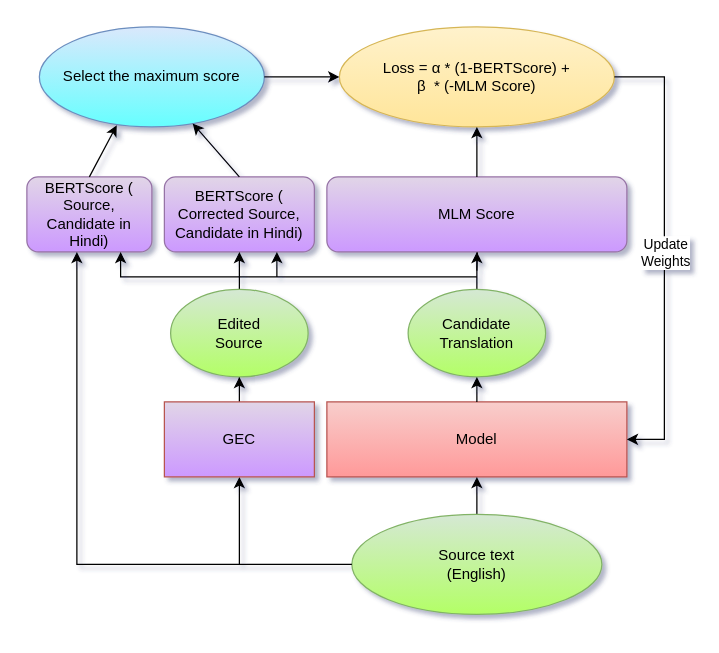
babangain/drawio keeps this draw.io diagram as transformer_with_grammar_correction_mlm_bertscore.drawio. Above is the earlier version. Source tidied: cells renumbered, new cells numbered last; positions are measured from the earlier drawing's top-left corner, leaving out a move shared by most shapes. Both pictures are drawn from the tidied source at 125%, with x=0, y=0 at pixel (26, 26).
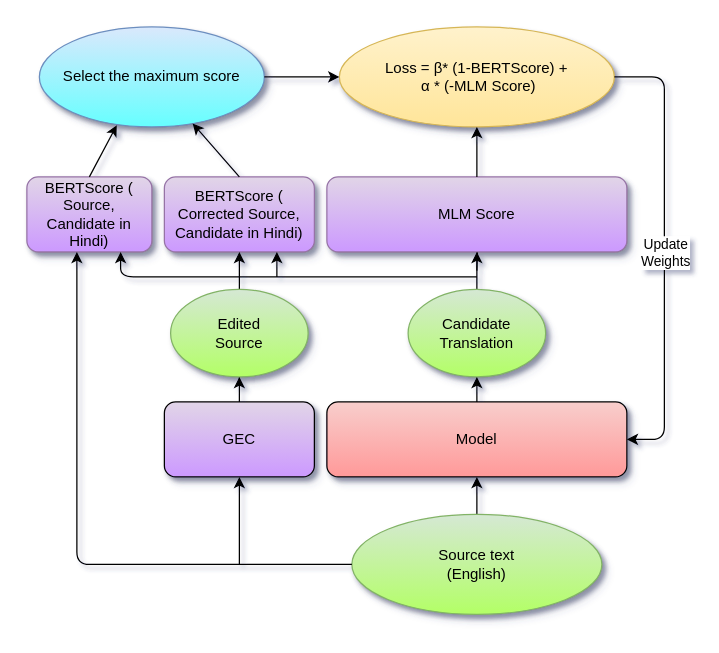
The same diagram, later.

What changed in the source:
```diff
@@
-    <mxCell id="2" value="Model" style="rounded=0;whiteSpace=wrap;html=1;fillColor=#f8cecc;strokeColor=#b85450;labelBorderColor=none;gradientColor=#FF9999;" parent="1" vertex="1">
+    <mxCell id="2" value="Model" style="rounded=1;whiteSpace=wrap;html=1;fillColor=#f8cecc;strokeColor=default;labelBorderColor=none;gradientColor=#FF9999;shadow=1;glass=0;" parent="1" vertex="1">
       <mxGeometry x="240" y="300" width="240" height="60" as="geometry" />
     </mxCell>
@@
-    <mxCell id="4" value="Source text&lt;br&gt;(English)" style="ellipse;whiteSpace=wrap;html=1;fillColor=#d5e8d4;strokeColor=#82b366;labelBorderColor=none;gradientColor=#B3FF66;" parent="1" vertex="1">
+    <mxCell id="4" value="Source text&lt;br&gt;(English)" style="ellipse;whiteSpace=wrap;html=1;fillColor=#d5e8d4;strokeColor=#82b366;labelBorderColor=none;gradientColor=#B3FF66;shadow=1;" parent="1" vertex="1">
       <mxGeometry x="260" y="390" width="200" height="80" as="geometry" />
     </mxCell>
@@
-    <mxCell id="8" value="GEC" style="rounded=0;whiteSpace=wrap;html=1;fillColor=#E1D5E7;strokeColor=#b85450;labelBorderColor=none;gradientColor=#CC99FF;" parent="1" vertex="1">
+    <mxCell id="8" value="GEC" style="rounded=1;whiteSpace=wrap;html=1;fillColor=#E1D5E7;strokeColor=#000000;labelBorderColor=none;gradientColor=#CC99FF;glass=0;shadow=1;" parent="1" vertex="1">
       <mxGeometry x="110" y="300" width="120" height="60" as="geometry" />
     </mxCell>
-    <mxCell id="9" value="MLM Score" style="rounded=1;whiteSpace=wrap;html=1;fillColor=#e1d5e7;strokeColor=#9673a6;labelBorderColor=none;gradientColor=#CC99FF;" parent="1" vertex="1">
+    <mxCell id="9" value="MLM Score" style="rounded=1;whiteSpace=wrap;html=1;fillColor=#e1d5e7;strokeColor=#9673a6;labelBorderColor=none;gradientColor=#CC99FF;shadow=1;" parent="1" vertex="1">
       <mxGeometry x="240" y="120" width="240" height="60" as="geometry" />
     </mxCell>
-    <mxCell id="10" value="BERTScore ( Corrected Source, Candidate in Hindi)" style="rounded=1;whiteSpace=wrap;html=1;fillColor=#e1d5e7;strokeColor=#9673a6;labelBorderColor=none;gradientColor=#CC99FF;" parent="1" vertex="1">
+    <mxCell id="10" value="BERTScore ( Corrected Source, Candidate in Hindi)" style="rounded=1;whiteSpace=wrap;html=1;fillColor=#e1d5e7;strokeColor=#9673a6;labelBorderColor=none;gradientColor=#CC99FF;shadow=1;" parent="1" vertex="1">
       <mxGeometry x="110" y="120" width="120" height="60" as="geometry" />
     </mxCell>
-    <mxCell id="11" value="Loss =&amp;nbsp;α&amp;nbsp;* (1-BERTScore) +&lt;br&gt;β&amp;nbsp; * (-MLM Score)" style="ellipse;whiteSpace=wrap;html=1;fillColor=#fff2cc;strokeColor=#d6b656;labelBorderColor=none;gradientColor=#FFE599;" parent="1" vertex="1">
+    <mxCell id="11" value="Loss = β* (1-BERTScore) +&lt;br&gt;&amp;nbsp;α&amp;nbsp;* (-MLM Score)" style="ellipse;whiteSpace=wrap;html=1;fillColor=#fff2cc;strokeColor=#d6b656;labelBorderColor=none;gradientColor=#FFE599;shadow=1;" parent="1" vertex="1">
       <mxGeometry x="250" width="220" height="80" as="geometry" />
     </mxCell>
-    <mxCell id="12" value="BERTScore ( Source, Candidate in Hindi)" style="rounded=1;whiteSpace=wrap;html=1;fillColor=#e1d5e7;strokeColor=#9673a6;labelBorderColor=none;gradientColor=#CC99FF;" parent="1" vertex="1">
+    <mxCell id="12" value="BERTScore ( Source, Candidate in Hindi)" style="rounded=1;whiteSpace=wrap;html=1;fillColor=#e1d5e7;strokeColor=#9673a6;labelBorderColor=none;gradientColor=#CC99FF;shadow=1;" parent="1" vertex="1">
       <mxGeometry y="120" width="100" height="60" as="geometry" />
     </mxCell>
-    <mxCell id="13" style="endArrow=classic;html=1;rounded=0;entryX=0.4;entryY=1;entryDx=0;entryDy=0;entryPerimeter=0;labelBorderColor=none;" parent="1" edge="1" target="12">
+    <mxCell id="13" style="endArrow=classic;html=1;entryX=0.4;entryY=1;entryDx=0;entryDy=0;entryPerimeter=0;labelBorderColor=none;rounded=1;" parent="1" edge="1" target="12">
       <mxGeometry relative="1" as="geometry">
         <mxPoint x="170" y="430" as="sourcePoint" />
         <Array as="points">
           <mxPoint x="40" y="430" />
         </Array>
       </mxGeometry>
     </mxCell>
-    <mxCell id="14" value="Select the maximum score" style="ellipse;whiteSpace=wrap;html=1;fillColor=#dae8fc;strokeColor=#6c8ebf;labelBorderColor=none;gradientColor=#66FFFF;" parent="1" vertex="1">
+    <mxCell id="14" value="Select the maximum score" style="ellipse;whiteSpace=wrap;html=1;fillColor=#dae8fc;strokeColor=#6c8ebf;labelBorderColor=none;gradientColor=#66FFFF;shadow=1;" parent="1" vertex="1">
       <mxGeometry x="10" width="180" height="80" as="geometry" />
     </mxCell>
@@
-    <mxCell id="16" value="Candidate&lt;br&gt;Translation" style="ellipse;whiteSpace=wrap;html=1;fillColor=#d5e8d4;strokeColor=#82b366;labelBorderColor=none;gradientColor=#B3FF66;" parent="1" vertex="1">
+    <mxCell id="16" value="Candidate&lt;br&gt;Translation" style="ellipse;whiteSpace=wrap;html=1;fillColor=#d5e8d4;strokeColor=#82b366;labelBorderColor=none;gradientColor=#B3FF66;shadow=1;" parent="1" vertex="1">
       <mxGeometry x="305" y="210" width="110" height="70" as="geometry" />
     </mxCell>
@@
-    <mxCell id="21" style="endArrow=classic;html=1;rounded=0;exitX=1;exitY=0.5;exitDx=0;exitDy=0;entryX=1;entryY=0.5;entryDx=0;entryDy=0;labelBorderColor=none;" parent="1" edge="1" source="11" target="2">
+    <mxCell id="21" style="endArrow=classic;html=1;rounded=1;exitX=1;exitY=0.5;exitDx=0;exitDy=0;entryX=1;entryY=0.5;entryDx=0;entryDy=0;labelBorderColor=none;" parent="1" edge="1" source="11" target="2">
       <mxGeometry relative="1" as="geometry">
         <Array as="points">
           <mxPoint x="510" y="40" />
           <mxPoint x="510" y="330" />
         </Array>
       </mxGeometry>
     </mxCell>
@@
-    <mxCell id="24" value="Edited&lt;br&gt;Source" style="ellipse;whiteSpace=wrap;html=1;fillColor=#d5e8d4;strokeColor=#82b366;labelBorderColor=none;gradientColor=#B3FF66;" parent="1" vertex="1">
+    <mxCell id="24" value="Edited&lt;br&gt;Source" style="ellipse;whiteSpace=wrap;html=1;fillColor=#d5e8d4;strokeColor=#82b366;labelBorderColor=none;gradientColor=#B3FF66;shadow=1;" parent="1" vertex="1">
       <mxGeometry x="115" y="210" width="110" height="70" as="geometry" />
     </mxCell>
@@
-    <mxCell id="26" style="endArrow=classic;html=1;rounded=0;entryX=0.75;entryY=1;entryDx=0;entryDy=0;" parent="1" edge="1" target="12">
+    <mxCell id="26" style="endArrow=classic;html=1;rounded=1;entryX=0.75;entryY=1;entryDx=0;entryDy=0;" parent="1" edge="1" target="12">
       <mxGeometry relative="1" as="geometry">
         <mxPoint x="360" y="200" as="sourcePoint" />
         <Array as="points">
           <mxPoint x="75" y="200" />
         </Array>
       </mxGeometry>
     </mxCell>
```
